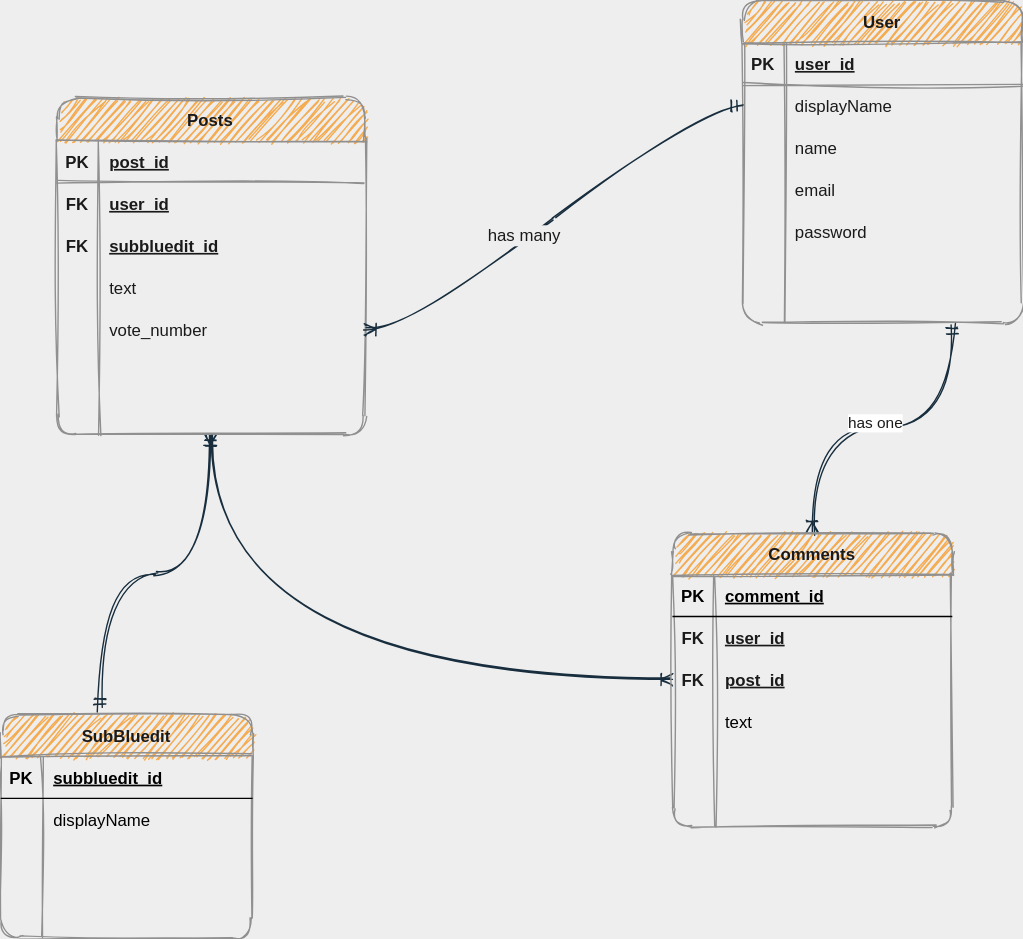
Before: design/databaseDesign.svg, a diagram exported from draw.io (mgkyawmyotun/bluedit). Source tidied: cells renumbered, new cells last; positions are measured from the earlier drawing's top-left corner, leaving out a move shared by most shapes.
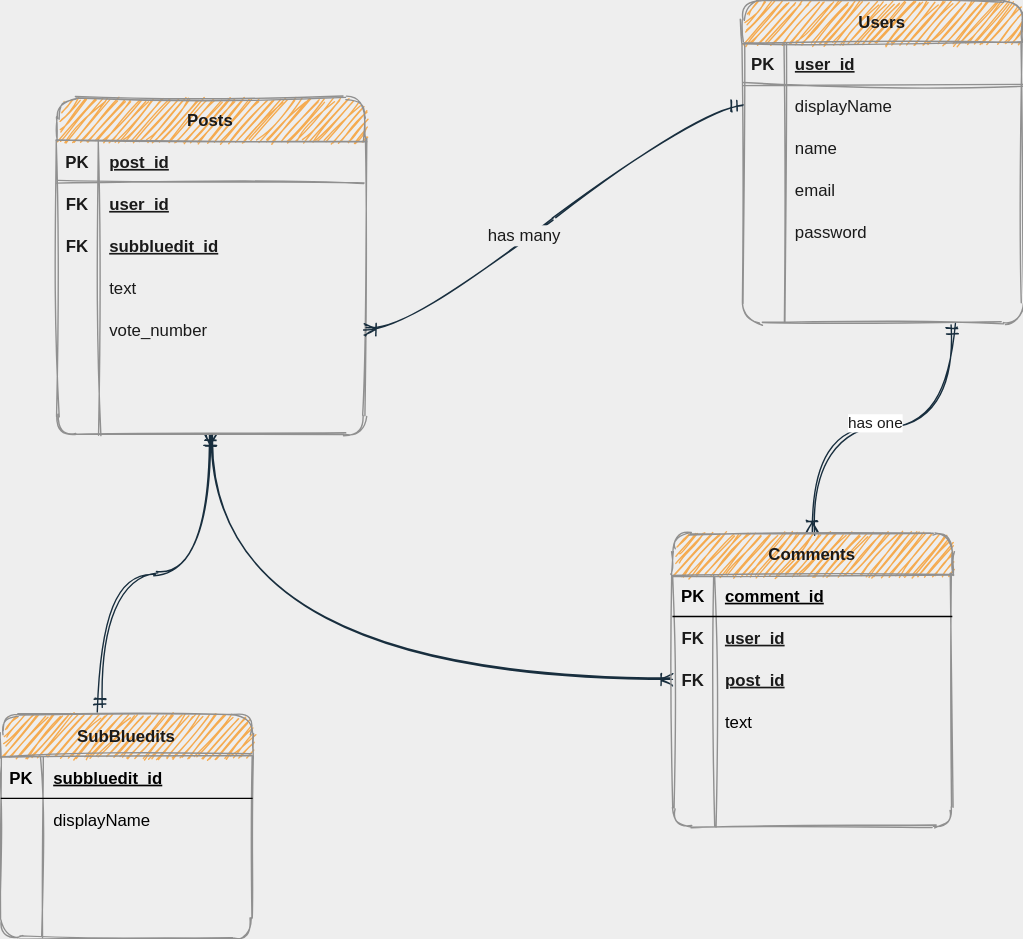
The same file after the commit.

Diff of the diagram source:
```diff
@@ -2,7 +2,7 @@
   <root>
     <mxCell id="0" />
     <mxCell id="1" parent="0" />
-    <mxCell id="2" value="User" style="shape=table;startSize=30;rowLines=0;fontStyle=1;align=center;fillColor=#F5AB50;strokeColor=#909090;fontColor=#1A1A1A;rounded=1;sketch=1;" parent="1" vertex="1">
+    <mxCell id="2" value="Users" style="shape=table;startSize=30;rowLines=0;fontStyle=1;align=center;fillColor=#F5AB50;strokeColor=#909090;fontColor=#1A1A1A;rounded=1;sketch=1;" parent="1" vertex="1">
       <mxGeometry x="530" width="200" height="230" as="geometry" />
     </mxCell>
     <mxCell id="3" style="shape=partialRectangle;fillColor=none;top=0;left=0;bottom=1;right=0;strokeColor=#909090;fontColor=#1A1A1A;rounded=1;sketch=1;" parent="2" vertex="1">
@@ -182,7 +182,7 @@
     <mxCell id="61" style="shape=partialRectangle;fillColor=none;top=0;left=0;bottom=0;right=0;align=left;spacingLeft=6;overflow=hidden;" parent="59" vertex="1">
       <mxGeometry x="30" width="170" height="30" as="geometry" />
     </mxCell>
-    <mxCell id="62" value="SubBluedit" style="shape=table;startSize=30;rowLines=0;fontStyle=1;align=center;rounded=1;sketch=1;strokeColor=#909090;fillColor=#F5AB50;fontColor=#1A1A1A;" parent="1" vertex="1">
+    <mxCell id="62" value="SubBluedits" style="shape=table;startSize=30;rowLines=0;fontStyle=1;align=center;rounded=1;sketch=1;strokeColor=#909090;fillColor=#F5AB50;fontColor=#1A1A1A;" parent="1" vertex="1">
       <mxGeometry y="510" width="180" height="160" as="geometry" />
     </mxCell>
     <mxCell id="63" style="shape=partialRectangle;fillColor=none;top=0;left=0;bottom=1;right=0;" parent="62" vertex="1">
```
